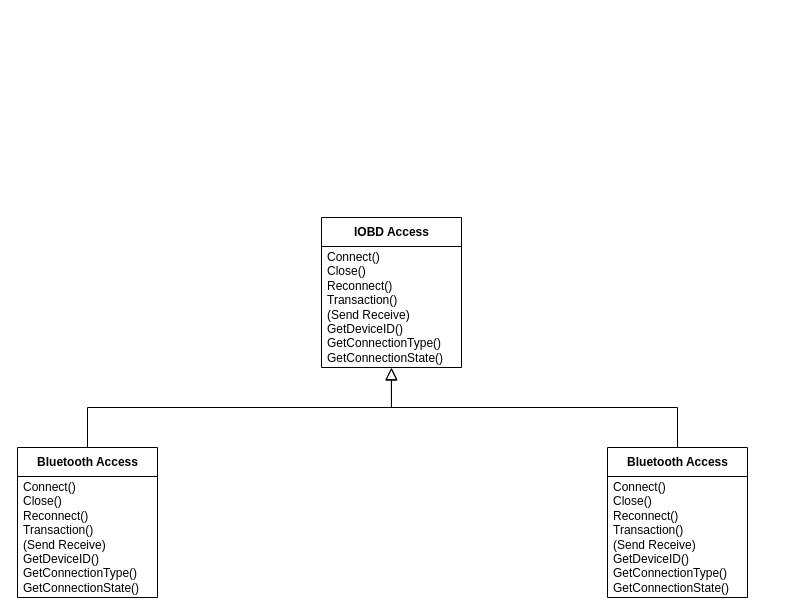
Earlier version of the draw.io diagram page "ObdAccess" (2 of 7) of Documentation/Fluffy dashboard architecture.drawio (avatarp/fluffy-dashboard). Source tidied: cells renumbered, new cells numbered last; positions are measured from the earlier drawing's top-left corner, leaving out a move shared by most shapes. Both pictures are drawn from the tidied source at 100%, with x=0, y=0 at pixel (17, 217).
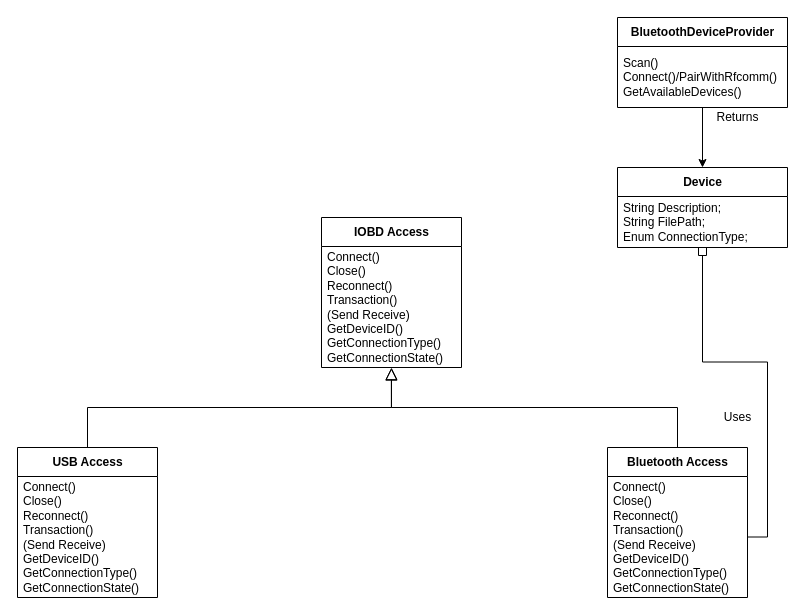
The same diagram, later.

Commit message (it also covers changes not shown here):
Addes Qt Based Bluetooth provider

Diff of the diagram source:
```diff
@@
 <mxGraphModel>
   <root>
     <mxCell id="0" />
     <mxCell id="1" parent="0" />
     <mxCell id="2" style="edgeStyle=orthogonalEdgeStyle;rounded=0;jettySize=auto;html=1;startArrow=block;startFill=0;endArrow=none;endFill=0;startSize=10;entryX=0.5;entryY=0;entryDx=0;entryDy=0;exitX=0.499;exitY=1.005;exitDx=0;exitDy=0;exitPerimeter=0;" parent="1" edge="1" source="5" target="8">
       <mxGeometry relative="1" as="geometry" />
     </mxCell>
     <mxCell id="3" style="edgeStyle=orthogonalEdgeStyle;rounded=0;jettySize=auto;html=1;startArrow=block;startFill=0;endArrow=none;endFill=0;startSize=10;entryX=0.5;entryY=0;entryDx=0;entryDy=0;exitX=0.5;exitY=1;exitDx=0;exitDy=0;exitPerimeter=0;" parent="1" edge="1" source="5" target="6">
       <mxGeometry relative="1" as="geometry" />
     </mxCell>
     <mxCell id="4" value="IOBD Access" style="swimlane;fontStyle=1;align=center;verticalAlign=middle;horizontal=1;startSize=29;html=1;" parent="1" vertex="1">
       <mxGeometry x="304" width="140" height="150" as="geometry" />
     </mxCell>
     <mxCell id="5" value="&lt;div&gt;&lt;span&gt;Connect()&lt;/span&gt;&lt;br&gt;&lt;/div&gt;&lt;div&gt;Close()&lt;/div&gt;&lt;div&gt;Reconnect()&lt;/div&gt;&lt;div&gt;Transaction()&lt;br&gt;&lt;/div&gt;&lt;div&gt;(Send Receive)&lt;br&gt;&lt;/div&gt;&lt;div&gt;GetDeviceID()&lt;/div&gt;&lt;div&gt;GetConnectionType()&lt;/div&gt;&lt;div&gt;GetConnectionState()&lt;/div&gt;" style="text;html=1;strokeColor=none;fillColor=none;align=left;verticalAlign=middle;spacingLeft=4;spacingRight=4;overflow=hidden;points=[[0,0.5],[1,0.5]];portConstraint=eastwest;" parent="4" vertex="1">
       <mxGeometry y="29" width="140" height="121" as="geometry" />
     </mxCell>
-    <mxCell id="6" value="Bluetooth Access" style="swimlane;fontStyle=1;align=center;verticalAlign=middle;horizontal=1;startSize=29;html=1;" parent="1" vertex="1">
+    <mxCell id="6" value="USB Access" style="swimlane;fontStyle=1;align=center;verticalAlign=middle;horizontal=1;startSize=29;html=1;" parent="1" vertex="1">
       <mxGeometry y="230" width="140" height="150" as="geometry" />
     </mxCell>
     <mxCell id="7" value="&lt;div&gt;&lt;span&gt;Connect()&lt;/span&gt;&lt;br&gt;&lt;/div&gt;&lt;div&gt;Close()&lt;/div&gt;&lt;div&gt;Reconnect()&lt;/div&gt;&lt;div&gt;Transaction()&lt;br&gt;&lt;/div&gt;&lt;div&gt;(Send Receive)&lt;br&gt;&lt;/div&gt;&lt;div&gt;GetDeviceID()&lt;/div&gt;&lt;div&gt;GetConnectionType()&lt;/div&gt;&lt;div&gt;GetConnectionState()&lt;/div&gt;" style="text;html=1;strokeColor=none;fillColor=none;align=left;verticalAlign=middle;spacingLeft=4;spacingRight=4;overflow=hidden;" parent="6" vertex="1">
       <mxGeometry y="29" width="140" height="121" as="geometry" />
     </mxCell>
     <mxCell id="8" value="Bluetooth Access" style="swimlane;fontStyle=1;align=center;verticalAlign=middle;horizontal=1;startSize=29;html=1;" parent="1" vertex="1">
       <mxGeometry x="590" y="230" width="140" height="150" as="geometry" />
     </mxCell>
     <mxCell id="9" value="&lt;div&gt;&lt;span&gt;Connect()&lt;/span&gt;&lt;br&gt;&lt;/div&gt;&lt;div&gt;Close()&lt;/div&gt;&lt;div&gt;Reconnect()&lt;/div&gt;&lt;div&gt;Transaction()&lt;br&gt;&lt;/div&gt;&lt;div&gt;(Send Receive)&lt;br&gt;&lt;/div&gt;&lt;div&gt;GetDeviceID()&lt;/div&gt;&lt;div&gt;GetConnectionType()&lt;/div&gt;&lt;div&gt;GetConnectionState()&lt;/div&gt;" style="text;html=1;strokeColor=none;fillColor=none;align=left;verticalAlign=middle;spacingLeft=4;spacingRight=4;overflow=hidden;points=[[0,0.5],[1,0.5]];portConstraint=eastwest;" parent="8" vertex="1">
       <mxGeometry y="29" width="140" height="121" as="geometry" />
     </mxCell>
+    <mxCell id="10" style="edgeStyle=orthogonalEdgeStyle;rounded=0;jettySize=auto;html=1;" parent="1" edge="1" source="11" target="14">
+      <mxGeometry relative="1" as="geometry" />
+    </mxCell>
+    <mxCell id="11" value="BluetoothDeviceProvider" style="swimlane;fontStyle=1;align=center;verticalAlign=middle;horizontal=1;startSize=29;html=1;" parent="1" vertex="1">
+      <mxGeometry x="600" y="-200" width="170" height="90" as="geometry" />
+    </mxCell>
+    <mxCell id="12" value="&lt;div&gt;Scan()&lt;/div&gt;&lt;div&gt;Connect()/PairWithRfcomm()&lt;/div&gt;&lt;div&gt;GetAvailableDevices()&lt;/div&gt;" style="text;html=1;strokeColor=none;fillColor=none;align=left;verticalAlign=middle;spacingLeft=4;spacingRight=4;overflow=hidden;" parent="11" vertex="1">
+      <mxGeometry y="29" width="170" height="61" as="geometry" />
+    </mxCell>
+    <mxCell id="13" style="edgeStyle=orthogonalEdgeStyle;rounded=0;jettySize=auto;html=1;entryX=1;entryY=0.5;entryDx=0;entryDy=0;endArrow=none;endFill=0;startArrow=box;startFill=0;" parent="1" edge="1" source="14" target="9">
+      <mxGeometry relative="1" as="geometry" />
+    </mxCell>
+    <mxCell id="14" value="Device" style="swimlane;fontStyle=1;align=center;verticalAlign=middle;horizontal=1;startSize=29;html=1;" parent="1" vertex="1">
+      <mxGeometry x="600" y="-50" width="170" height="80" as="geometry" />
+    </mxCell>
+    <mxCell id="15" value="String Description;&lt;br&gt;String FilePath;&lt;br&gt;Enum ConnectionType;" style="text;html=1;strokeColor=none;fillColor=none;align=left;verticalAlign=middle;spacingLeft=4;spacingRight=4;overflow=hidden;" parent="14" vertex="1">
+      <mxGeometry y="29" width="170" height="51" as="geometry" />
+    </mxCell>
+    <mxCell id="16" value="Returns" style="text;html=1;align=center;verticalAlign=middle;strokeColor=none;fillColor=none;" parent="1" vertex="1">
+      <mxGeometry x="690" y="-110" width="60" height="20" as="geometry" />
+    </mxCell>
+    <mxCell id="17" value="Uses" style="text;html=1;align=center;verticalAlign=middle;strokeColor=none;fillColor=none;" parent="1" vertex="1">
+      <mxGeometry x="700" y="190" width="40" height="20" as="geometry" />
+    </mxCell>
   </root>
 </mxGraphModel>
```
